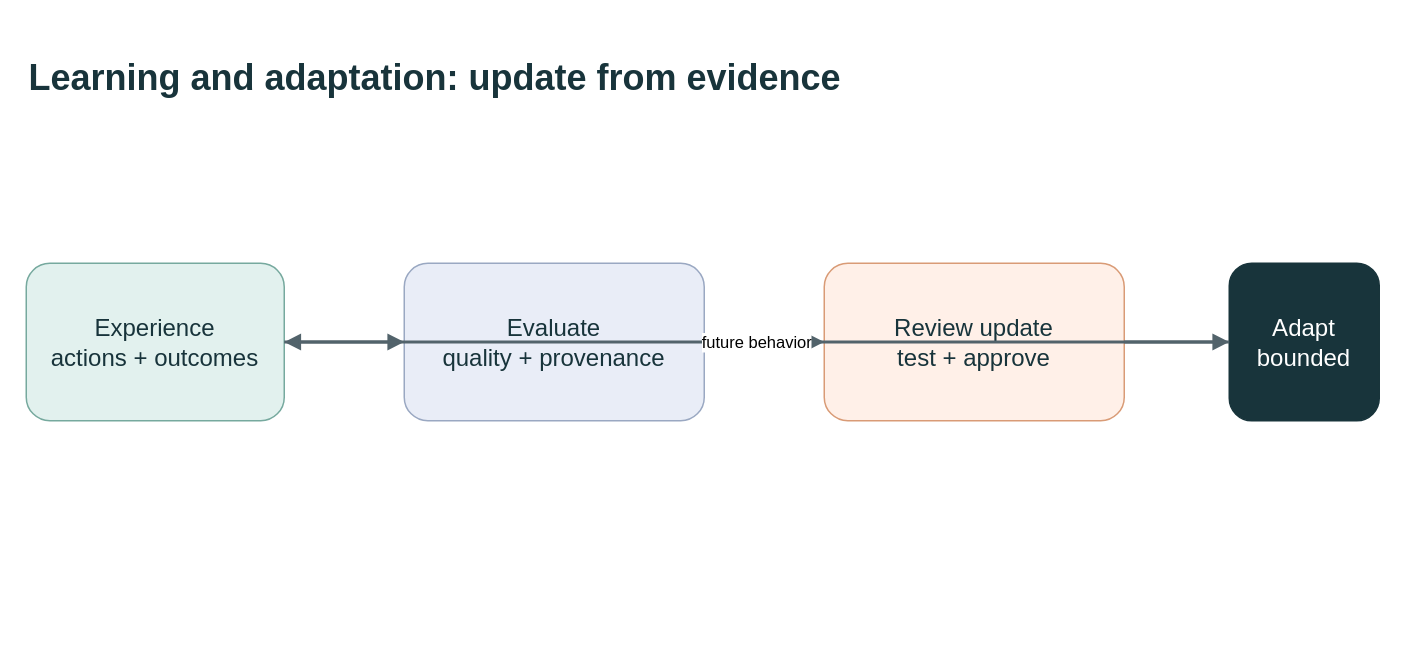
The draw.io diagram docs/images/learning-adaptation-visual-summary.drawio in evoiz/Agentic-Design-Patterns, before the edit. Source tidied: cells renumbered, new cells numbered last; positions are measured from the earlier drawing's top-left corner, leaving out a move shared by most shapes. Both pictures are drawn from the tidied source at 150%, with x=0, y=0 at pixel (26, 26).
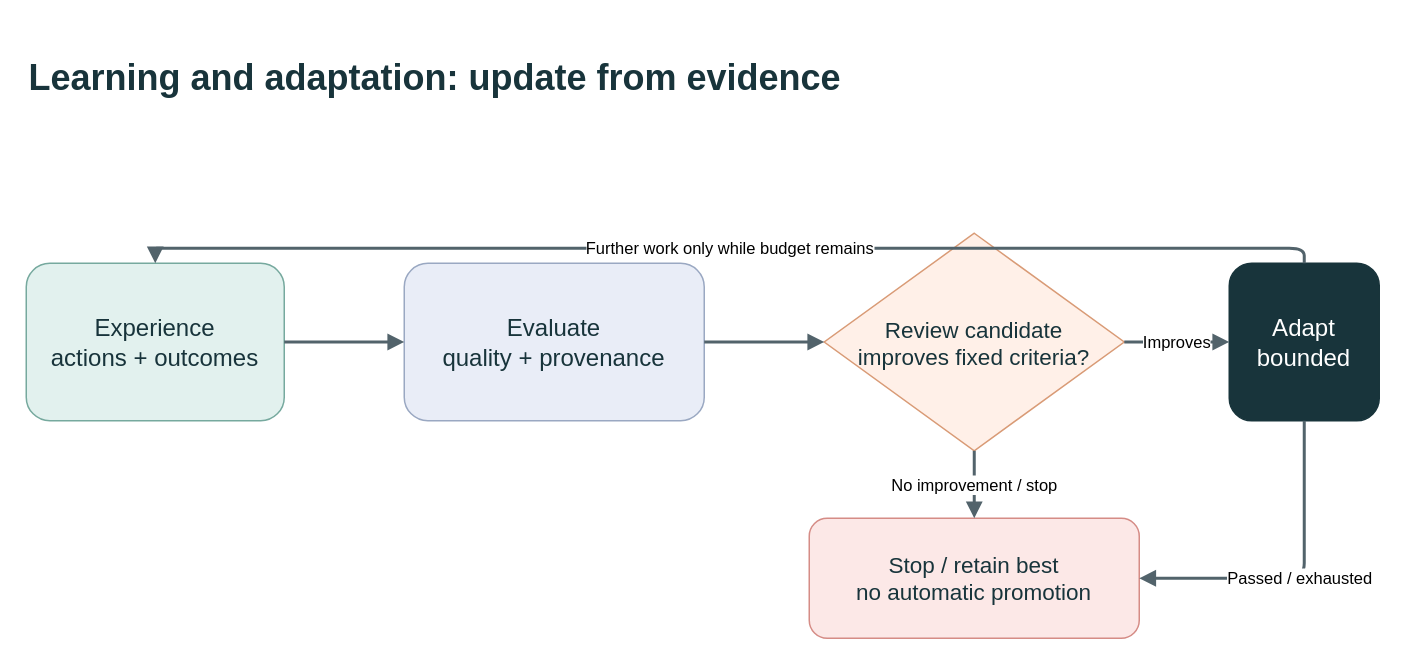
The same diagram, later.

Diff of the diagram source:
```diff
@@
 <mxGraphModel>
   <root>
     <mxCell id="0" />
     <mxCell id="1" parent="0" />
     <mxCell id="2" value="Learning and adaptation: update from evidence" style="text;html=1;align=left;verticalAlign=middle;whiteSpace=wrap;rounded=0;fontSize=24;fontStyle=1;fontColor=#18343B;" parent="1" vertex="1">
       <mxGeometry width="850" height="70" as="geometry" />
     </mxCell>
     <mxCell id="3" value="Experience&#10;actions + outcomes" style="rounded=1;whiteSpace=wrap;html=1;fillColor=#E2F1EE;strokeColor=#76A99E;fontColor=#18343B;fontSize=16;" parent="1" vertex="1">
       <mxGeometry y="158" width="172" height="105" as="geometry" />
     </mxCell>
     <mxCell id="4" value="Evaluate&#10;quality + provenance" style="rounded=1;whiteSpace=wrap;html=1;fillColor=#E9EDF7;strokeColor=#9AA8C2;fontColor=#18343B;fontSize=16;" parent="1" vertex="1">
       <mxGeometry x="252" y="158" width="200" height="105" as="geometry" />
     </mxCell>
-    <mxCell id="5" value="Review update&#10;test + approve" style="rounded=1;whiteSpace=wrap;html=1;fillColor=#FFF0E8;strokeColor=#D99B76;fontColor=#18343B;fontSize=16;" parent="1" vertex="1">
-      <mxGeometry x="532" y="158" width="200" height="105" as="geometry" />
+    <mxCell id="5" value="Review candidate&#10;improves fixed criteria?" style="rhombus;whiteSpace=wrap;html=1;fillColor=#FFF0E8;strokeColor=#D99B76;fontColor=#18343B;fontSize=15;" parent="1" vertex="1">
+      <mxGeometry x="532" y="138" width="200" height="145" as="geometry" />
     </mxCell>
+    <mxCell id="11" value="Stop / retain best&#10;no automatic promotion" style="rounded=1;whiteSpace=wrap;html=1;fillColor=#FCE8E7;strokeColor=#D58C86;fontColor=#18343B;fontSize=15;" parent="1" vertex="1">
+      <mxGeometry x="522" y="328" width="220" height="80" as="geometry" />
+    </mxCell>
     <mxCell id="6" value="Adapt&#10;bounded" style="rounded=1;whiteSpace=wrap;html=1;fillColor=#18343B;strokeColor=#18343B;fontColor=#FFFFFF;fontSize=16;" parent="1" vertex="1">
       <mxGeometry x="802" y="158" width="100" height="105" as="geometry" />
     </mxCell>
     <mxCell id="7" style="edgeStyle=orthogonalEdgeStyle;rounded=0;html=1;endArrow=block;endFill=1;strokeColor=#52636B;strokeWidth=2;" parent="1" edge="1" source="3" target="4">
       <mxGeometry relative="1" as="geometry" />
     </mxCell>
     <mxCell id="8" style="edgeStyle=orthogonalEdgeStyle;rounded=0;html=1;endArrow=block;endFill=1;strokeColor=#52636B;strokeWidth=2;" parent="1" edge="1" source="4" target="5">
       <mxGeometry relative="1" as="geometry" />
     </mxCell>
-    <mxCell id="9" style="edgeStyle=orthogonalEdgeStyle;rounded=0;html=1;endArrow=block;endFill=1;strokeColor=#52636B;strokeWidth=2;" parent="1" edge="1" source="5" target="6">
+    <mxCell id="9" value="Improves" style="edgeStyle=orthogonalEdgeStyle;html=1;endArrow=block;strokeColor=#52636B;strokeWidth=2;labelBackgroundColor=#FFFFFF;" parent="1" edge="1" source="5" target="6">
       <mxGeometry relative="1" as="geometry" />
     </mxCell>
-    <mxCell id="10" value="future behavior" style="edgeStyle=orthogonalEdgeStyle;rounded=0;html=1;endArrow=block;endFill=1;strokeColor=#52636B;strokeWidth=2;" parent="1" edge="1" source="6" target="3">
+    <mxCell id="10" value="Further work only while budget remains" style="edgeStyle=orthogonalEdgeStyle;html=1;endArrow=block;strokeColor=#52636B;strokeWidth=2;exitX=0.5;exitY=0;entryX=0.5;entryY=0;labelBackgroundColor=#FFFFFF;" parent="1" edge="1" source="6" target="3">
       <mxGeometry relative="1" as="geometry" />
     </mxCell>
+    <mxCell id="12" value="No improvement / stop" style="edgeStyle=orthogonalEdgeStyle;html=1;endArrow=block;strokeColor=#52636B;strokeWidth=2;labelBackgroundColor=#FFFFFF;" parent="1" edge="1" source="5" target="11">
+      <mxGeometry relative="1" as="geometry" />
+    </mxCell>
+    <mxCell id="13" value="Passed / exhausted" style="edgeStyle=orthogonalEdgeStyle;html=1;endArrow=block;strokeColor=#52636B;strokeWidth=2;exitX=0.5;exitY=1;entryX=1;entryY=0.5;labelBackgroundColor=#FFFFFF;" parent="1" edge="1" source="6" target="11">
+      <mxGeometry relative="1" as="geometry">
+        <Array as="points">
+          <mxPoint x="852" y="368" />
+        </Array>
+      </mxGeometry>
+    </mxCell>
   </root>
 </mxGraphModel>
```
